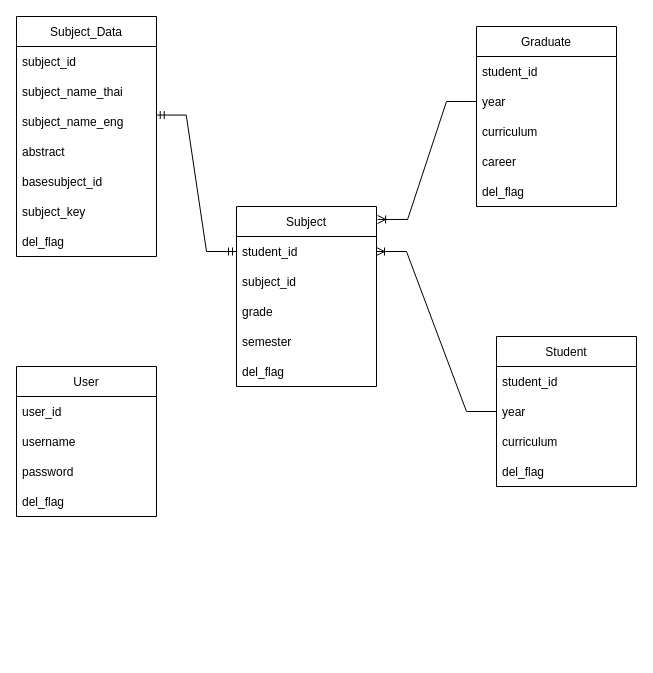
Before: Design_Architecture/Dataschema.drawio in MashMaleLLO/Analytics_and_Prediction_System_for_CE_Curriculum_administrators, a draw.io diagram. Source tidied: cells renumbered, new cells numbered last; positions are measured from the earlier drawing's top-left corner, leaving out a move shared by most shapes. Both pictures are drawn from the tidied source at 100%, with x=0, y=0 at pixel (16, 16).
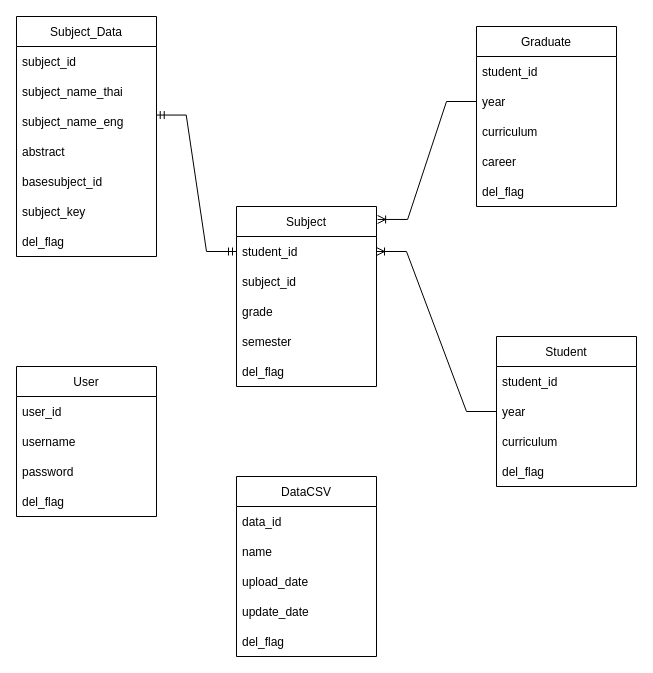
After the change.

The edit, as a diff of the source:
```diff
@@
+    <mxCell id="35" value="DataCSV" style="swimlane;fontStyle=0;horizontal=1;startSize=30;" parent="1" vertex="1">
+      <mxGeometry x="220" y="460" width="140" height="180" as="geometry" />
+    </mxCell>
+    <mxCell id="36" value="data_id" style="text;strokeColor=none;fillColor=none;align=left;verticalAlign=middle;spacingLeft=4;spacingRight=4;overflow=hidden;" parent="35" vertex="1">
+      <mxGeometry y="30" width="140" height="30" as="geometry" />
+    </mxCell>
+    <mxCell id="37" value="name" style="text;strokeColor=none;fillColor=none;align=left;verticalAlign=middle;spacingLeft=4;spacingRight=4;overflow=hidden;" parent="35" vertex="1">
+      <mxGeometry y="60" width="140" height="30" as="geometry" />
+    </mxCell>
+    <mxCell id="38" value="upload_date" style="text;strokeColor=none;fillColor=none;align=left;verticalAlign=middle;spacingLeft=4;spacingRight=4;overflow=hidden;" parent="35" vertex="1">
+      <mxGeometry y="90" width="140" height="30" as="geometry" />
+    </mxCell>
+    <mxCell id="39" value="update_date" style="text;strokeColor=none;fillColor=none;align=left;verticalAlign=middle;spacingLeft=4;spacingRight=4;overflow=hidden;" parent="35" vertex="1">
+      <mxGeometry y="120" width="140" height="30" as="geometry" />
+    </mxCell>
+    <mxCell id="40" value="del_flag" style="text;strokeColor=none;fillColor=none;align=left;verticalAlign=middle;spacingLeft=4;spacingRight=4;overflow=hidden;" parent="35" vertex="1">
+      <mxGeometry y="150" width="140" height="30" as="geometry" />
+    </mxCell>
```
